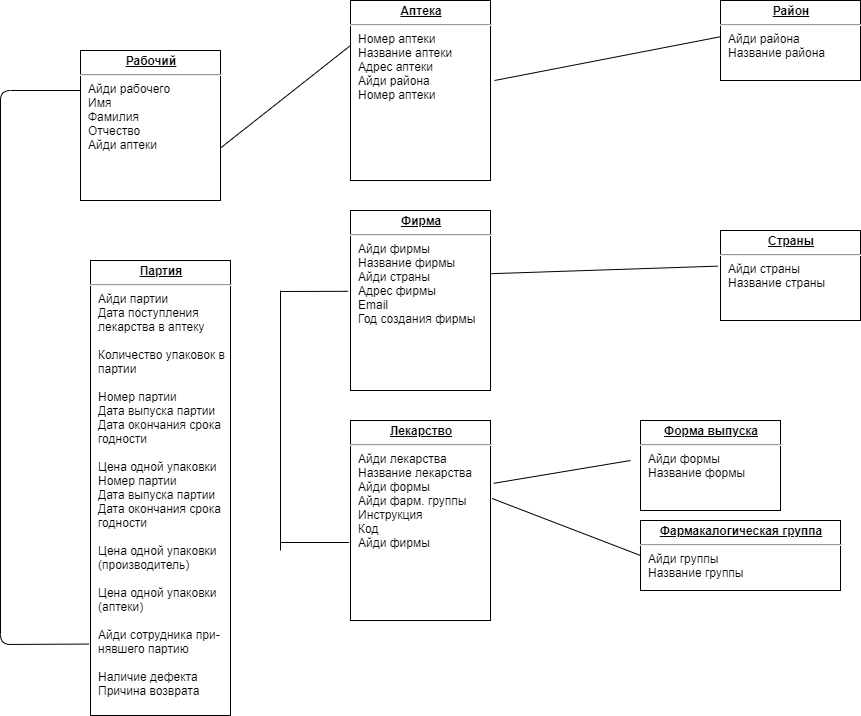
The draw.io diagram ДОКУМЕНТЫ/Схема (2-ая лаба).png in antipups/kursach2kurs2semestr, before a commit. Source tidied: cells renumbered, new cells last; positions are measured from the earlier drawing's top-left corner, leaving out a move shared by most shapes.
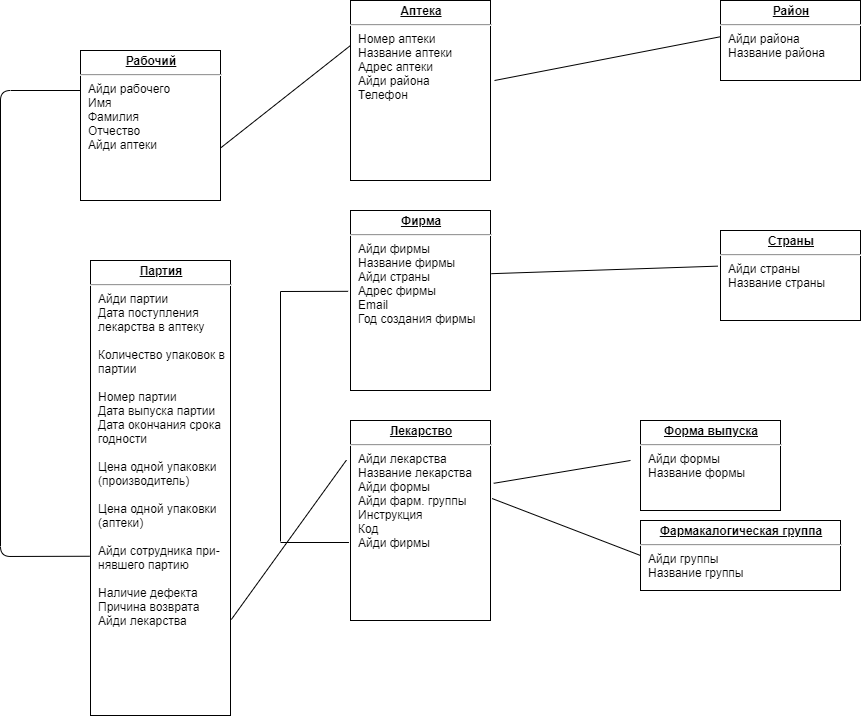
The same file after the commit.

Diff of the diagram source:
```diff
@@ -2,18 +2,18 @@
   <root>
     <mxCell id="0" />
     <mxCell id="1" parent="0" />
-    <mxCell id="2" value="&lt;p style=&quot;margin: 0px ; margin-top: 4px ; text-align: center ; text-decoration: underline&quot;&gt;&lt;b&gt;Аптека&lt;/b&gt;&lt;/p&gt;&lt;hr&gt;&lt;p style=&quot;margin: 0px ; margin-left: 8px&quot;&gt;Номер аптеки&lt;br&gt;Название аптеки&lt;br&gt;Адрес аптеки&lt;/p&gt;&lt;p style=&quot;margin: 0px ; margin-left: 8px&quot;&gt;Айди района&lt;br&gt;&lt;/p&gt;&lt;p style=&quot;margin: 0px ; margin-left: 8px&quot;&gt;Номер аптеки&lt;/p&gt;&lt;p style=&quot;margin: 0px ; margin-left: 8px&quot;&gt;&lt;br&gt;&lt;/p&gt;" style="verticalAlign=top;align=left;overflow=fill;fontSize=12;fontFamily=Helvetica;html=1;rounded=0;shadow=0;comic=0;labelBackgroundColor=none;strokeWidth=1;" parent="1" vertex="1">
+    <mxCell id="2" value="&lt;p style=&quot;margin: 0px ; margin-top: 4px ; text-align: center ; text-decoration: underline&quot;&gt;&lt;b&gt;Аптека&lt;/b&gt;&lt;/p&gt;&lt;hr&gt;&lt;p style=&quot;margin: 0px ; margin-left: 8px&quot;&gt;Номер аптеки&amp;nbsp;&lt;br&gt;Название аптеки&lt;br&gt;Адрес аптеки&lt;/p&gt;&lt;p style=&quot;margin: 0px ; margin-left: 8px&quot;&gt;Айди района&lt;br&gt;&lt;/p&gt;&lt;p style=&quot;margin: 0px ; margin-left: 8px&quot;&gt;Телефон&lt;/p&gt;&lt;p style=&quot;margin: 0px ; margin-left: 8px&quot;&gt;&lt;br&gt;&lt;/p&gt;" style="verticalAlign=top;align=left;overflow=fill;fontSize=12;fontFamily=Helvetica;html=1;rounded=0;shadow=0;comic=0;labelBackgroundColor=none;strokeWidth=1;" parent="1" vertex="1">
       <mxGeometry x="370" width="140" height="180" as="geometry" />
     </mxCell>
     <mxCell id="3" value="&lt;p style=&quot;margin: 0px ; margin-top: 4px ; text-align: center ; text-decoration: underline&quot;&gt;&lt;b&gt;Район&lt;/b&gt;&lt;/p&gt;&lt;hr&gt;&lt;p style=&quot;margin: 0px ; margin-left: 8px&quot;&gt;Айди района&lt;br&gt;Название района&lt;/p&gt;" style="verticalAlign=top;align=left;overflow=fill;fontSize=12;fontFamily=Helvetica;html=1;rounded=0;shadow=0;comic=0;labelBackgroundColor=none;strokeWidth=1;" parent="1" vertex="1">
       <mxGeometry x="740" width="140" height="80" as="geometry" />
     </mxCell>
-    <mxCell id="4" style="edgeStyle=orthogonalEdgeStyle;rounded=0;html=1;exitX=0;exitY=0.75;entryX=1;entryY=0.75;labelBackgroundColor=none;endArrow=none;endFill=0;endSize=8;fontFamily=Verdana;fontSize=12;align=left;" parent="1" edge="1" source="x">
+    <mxCell id="4" style="edgeStyle=orthogonalEdgeStyle;rounded=0;html=1;exitX=0;exitY=0.75;entryX=1;entryY=0.75;labelBackgroundColor=none;endArrow=none;endFill=0;endSize=8;fontFamily=Verdana;fontSize=12;align=left;" parent="1" edge="1">
       <mxGeometry relative="1" as="geometry">
         <mxPoint y="497.5" as="targetPoint" />
       </mxGeometry>
     </mxCell>
-    <mxCell id="5" style="edgeStyle=orthogonalEdgeStyle;rounded=0;html=1;exitX=0;exitY=0.5;entryX=1;entryY=0.5;labelBackgroundColor=none;endArrow=none;endFill=0;endSize=8;fontFamily=Verdana;fontSize=12;align=left;" parent="1" edge="1" source="x">
+    <mxCell id="5" style="edgeStyle=orthogonalEdgeStyle;rounded=0;html=1;exitX=0;exitY=0.5;entryX=1;entryY=0.5;labelBackgroundColor=none;endArrow=none;endFill=0;endSize=8;fontFamily=Verdana;fontSize=12;align=left;" parent="1" edge="1">
       <mxGeometry relative="1" as="geometry">
         <mxPoint y="460" as="targetPoint" />
       </mxGeometry>
@@ -27,7 +27,7 @@
     <mxCell id="8" value="&lt;p style=&quot;margin: 0px ; margin-top: 4px ; text-align: center ; text-decoration: underline&quot;&gt;&lt;b&gt;Фирма&lt;/b&gt;&lt;/p&gt;&lt;hr&gt;&lt;p style=&quot;margin: 0px ; margin-left: 8px&quot;&gt;Айди фирмы&lt;br&gt;Название фирмы&lt;br&gt;Айди страны&lt;/p&gt;&lt;p style=&quot;margin: 0px ; margin-left: 8px&quot;&gt;Адрес фирмы&lt;br&gt;&lt;/p&gt;&lt;p style=&quot;margin: 0px ; margin-left: 8px&quot;&gt;Email&lt;br&gt;&lt;/p&gt;&lt;p style=&quot;margin: 0px ; margin-left: 8px&quot;&gt;Год создания фирмы&lt;/p&gt;" style="verticalAlign=top;align=left;overflow=fill;fontSize=12;fontFamily=Helvetica;html=1;rounded=0;shadow=0;comic=0;labelBackgroundColor=none;strokeWidth=1;" parent="1" vertex="1">
       <mxGeometry x="370" y="210" width="140" height="180" as="geometry" />
     </mxCell>
-    <mxCell id="9" style="edgeStyle=orthogonalEdgeStyle;rounded=0;html=1;exitX=0;exitY=0.5;entryX=1;entryY=0.5;labelBackgroundColor=none;endArrow=none;endFill=0;endSize=8;fontFamily=Verdana;fontSize=12;align=left;" parent="1" edge="1" source="x">
+    <mxCell id="9" style="edgeStyle=orthogonalEdgeStyle;rounded=0;html=1;exitX=0;exitY=0.5;entryX=1;entryY=0.5;labelBackgroundColor=none;endArrow=none;endFill=0;endSize=8;fontFamily=Verdana;fontSize=12;align=left;" parent="1" edge="1">
       <mxGeometry relative="1" as="geometry">
         <mxPoint x="180" y="485" as="targetPoint" />
         <Array as="points">
@@ -36,7 +36,7 @@
         </Array>
       </mxGeometry>
     </mxCell>
-    <mxCell id="10" value="&lt;p style=&quot;margin: 0px ; margin-top: 4px ; text-align: center ; text-decoration: underline&quot;&gt;&lt;b&gt;Партия&lt;/b&gt;&lt;/p&gt;&lt;hr&gt;&lt;p style=&quot;margin: 0px ; margin-left: 8px&quot;&gt;Айди партии&lt;/p&gt;&lt;p style=&quot;margin: 0px ; margin-left: 8px&quot;&gt;Дата поступления &lt;br&gt;лекарства в аптеку&lt;/p&gt;&lt;p style=&quot;margin: 0px ; margin-left: 8px&quot;&gt;&lt;span&gt;&lt;br&gt;&lt;/span&gt;&lt;/p&gt;&lt;p style=&quot;margin: 0px ; margin-left: 8px&quot;&gt;&lt;span&gt;Количество упаковок в&amp;nbsp;&lt;/span&gt;&lt;br&gt;&lt;/p&gt;&lt;p style=&quot;margin: 0px ; margin-left: 8px&quot;&gt;партии&lt;/p&gt;&lt;p style=&quot;margin: 0px ; margin-left: 8px&quot;&gt;&lt;br&gt;&lt;/p&gt;&lt;p style=&quot;margin: 0px ; margin-left: 8px&quot;&gt;Номер партии&lt;/p&gt;&lt;p style=&quot;margin: 0px ; margin-left: 8px&quot;&gt;Дата выпуска партии&lt;/p&gt;&lt;p style=&quot;margin: 0px ; margin-left: 8px&quot;&gt;Дата окончания срока&lt;br&gt;годности&lt;/p&gt;&lt;p style=&quot;margin: 0px ; margin-left: 8px&quot;&gt;&lt;br&gt;&lt;/p&gt;&lt;p style=&quot;margin: 0px ; margin-left: 8px&quot;&gt;Цена одной упаковки&lt;/p&gt;&lt;p style=&quot;margin: 0px ; margin-left: 8px&quot;&gt;Номер партии&lt;/p&gt;&lt;p style=&quot;margin: 0px ; margin-left: 8px&quot;&gt;Дата выпуска партии&lt;/p&gt;&lt;p style=&quot;margin: 0px ; margin-left: 8px&quot;&gt;Дата окончания срока&lt;br&gt;годности&lt;/p&gt;&lt;p style=&quot;margin: 0px ; margin-left: 8px&quot;&gt;&lt;br&gt;&lt;/p&gt;&lt;p style=&quot;margin: 0px ; margin-left: 8px&quot;&gt;Цена одной упаковки&lt;br&gt;(производитель)&lt;/p&gt;&lt;p style=&quot;margin: 0px ; margin-left: 8px&quot;&gt;&lt;br&gt;Цена одной упаковки&lt;/p&gt;&lt;p style=&quot;margin: 0px ; margin-left: 8px&quot;&gt;(аптеки)&lt;/p&gt;&lt;p style=&quot;margin: 0px ; margin-left: 8px&quot;&gt;&lt;br&gt;&lt;/p&gt;&lt;p style=&quot;margin: 0px ; margin-left: 8px&quot;&gt;Айди сотрудника при-&lt;/p&gt;&lt;p style=&quot;margin: 0px ; margin-left: 8px&quot;&gt;нявшего партию&lt;/p&gt;&lt;p style=&quot;margin: 0px ; margin-left: 8px&quot;&gt;&lt;br&gt;&lt;/p&gt;&lt;p style=&quot;margin: 0px ; margin-left: 8px&quot;&gt;Наличие дефекта&lt;/p&gt;&lt;p style=&quot;margin: 0px ; margin-left: 8px&quot;&gt;Причина возврата&lt;/p&gt;" style="verticalAlign=top;align=left;overflow=fill;fontSize=12;fontFamily=Helvetica;html=1;rounded=0;shadow=0;comic=0;labelBackgroundColor=none;strokeWidth=1;" parent="1" vertex="1">
+    <mxCell id="10" value="&lt;p style=&quot;margin: 0px ; margin-top: 4px ; text-align: center ; text-decoration: underline&quot;&gt;&lt;b&gt;Партия&lt;/b&gt;&lt;/p&gt;&lt;hr&gt;&lt;p style=&quot;margin: 0px ; margin-left: 8px&quot;&gt;Айди партии&lt;/p&gt;&lt;p style=&quot;margin: 0px ; margin-left: 8px&quot;&gt;Дата поступления &lt;br&gt;лекарства в аптеку&lt;/p&gt;&lt;p style=&quot;margin: 0px ; margin-left: 8px&quot;&gt;&lt;span&gt;&lt;br&gt;&lt;/span&gt;&lt;/p&gt;&lt;p style=&quot;margin: 0px ; margin-left: 8px&quot;&gt;&lt;span&gt;Количество упаковок в&amp;nbsp;&lt;/span&gt;&lt;br&gt;&lt;/p&gt;&lt;p style=&quot;margin: 0px ; margin-left: 8px&quot;&gt;партии&lt;/p&gt;&lt;p style=&quot;margin: 0px ; margin-left: 8px&quot;&gt;&lt;br&gt;&lt;/p&gt;&lt;p style=&quot;margin: 0px ; margin-left: 8px&quot;&gt;Номер партии&lt;/p&gt;&lt;p style=&quot;margin: 0px ; margin-left: 8px&quot;&gt;Дата выпуска партии&lt;/p&gt;&lt;p style=&quot;margin: 0px ; margin-left: 8px&quot;&gt;Дата окончания срока&lt;br&gt;годности&lt;/p&gt;&lt;p style=&quot;margin: 0px ; margin-left: 8px&quot;&gt;&lt;br&gt;&lt;/p&gt;&lt;p style=&quot;margin: 0px ; margin-left: 8px&quot;&gt;Цена одной упаковки&lt;br&gt;(производитель)&lt;/p&gt;&lt;p style=&quot;margin: 0px ; margin-left: 8px&quot;&gt;&lt;br&gt;Цена одной упаковки&lt;/p&gt;&lt;p style=&quot;margin: 0px ; margin-left: 8px&quot;&gt;(аптеки)&lt;/p&gt;&lt;p style=&quot;margin: 0px ; margin-left: 8px&quot;&gt;&lt;br&gt;&lt;/p&gt;&lt;p style=&quot;margin: 0px ; margin-left: 8px&quot;&gt;Айди сотрудника при-&lt;/p&gt;&lt;p style=&quot;margin: 0px ; margin-left: 8px&quot;&gt;нявшего партию&lt;/p&gt;&lt;p style=&quot;margin: 0px ; margin-left: 8px&quot;&gt;&lt;br&gt;&lt;/p&gt;&lt;p style=&quot;margin: 0px ; margin-left: 8px&quot;&gt;Наличие дефекта&lt;/p&gt;&lt;p style=&quot;margin: 0px ; margin-left: 8px&quot;&gt;Причина возврата&lt;/p&gt;&lt;p style=&quot;margin: 0px ; margin-left: 8px&quot;&gt;Айди лекарства&lt;/p&gt;" style="verticalAlign=top;align=left;overflow=fill;fontSize=12;fontFamily=Helvetica;html=1;rounded=0;shadow=0;comic=0;labelBackgroundColor=none;strokeWidth=1;" parent="1" vertex="1">
       <mxGeometry x="110" y="260" width="140" height="455" as="geometry" />
     </mxCell>
     <mxCell id="11" value="&lt;p style=&quot;margin: 0px ; margin-top: 4px ; text-align: center ; text-decoration: underline&quot;&gt;&lt;b&gt;Форма выпуска&lt;/b&gt;&lt;/p&gt;&lt;hr&gt;&lt;p style=&quot;margin: 0px ; margin-left: 8px&quot;&gt;Айди формы&lt;br&gt;Название формы&lt;/p&gt;" style="verticalAlign=top;align=left;overflow=fill;fontSize=12;fontFamily=Helvetica;html=1;rounded=0;shadow=0;comic=0;labelBackgroundColor=none;strokeWidth=1;" parent="1" vertex="1">
@@ -77,8 +77,8 @@
     </mxCell>
     <mxCell id="20" style="endArrow=none;html=1;" parent="1" edge="1">
       <mxGeometry relative="1" as="geometry">
-        <mxPoint x="300" y="550" as="sourcePoint" />
-        <mxPoint x="300" y="290" as="targetPoint" />
+        <mxPoint x="300" y="541" as="sourcePoint" />
+        <mxPoint x="300" y="291" as="targetPoint" />
       </mxGeometry>
     </mxCell>
     <mxCell id="21" style="endArrow=none;html=1;entryX=-0.011;entryY=0.61;entryDx=0;entryDy=0;entryPerimeter=0;" parent="1" edge="1" target="13">
@@ -86,14 +86,17 @@
         <mxPoint x="300" y="542" as="sourcePoint" />
       </mxGeometry>
     </mxCell>
-    <mxCell id="22" style="endArrow=none;html=1;entryX=-0.011;entryY=0.843;entryDx=0;entryDy=0;entryPerimeter=0;" parent="1" edge="1" target="10">
+    <mxCell id="22" style="endArrow=none;html=1;entryX=-0.006;entryY=0.65;entryDx=0;entryDy=0;entryPerimeter=0;" parent="1" edge="1" target="10">
       <mxGeometry relative="1" as="geometry">
         <mxPoint x="100" y="90" as="sourcePoint" />
         <Array as="points">
           <mxPoint x="20" y="90" />
-          <mxPoint x="20" y="644" />
+          <mxPoint x="20" y="556" />
         </Array>
       </mxGeometry>
     </mxCell>
+    <mxCell id="23" style="endArrow=none;html=1;exitX=1.006;exitY=0.789;exitDx=0;exitDy=0;exitPerimeter=0;entryX=-0.029;entryY=0.198;entryDx=0;entryDy=0;entryPerimeter=0;" parent="1" edge="1" source="10" target="13">
+      <mxGeometry relative="1" as="geometry" />
+    </mxCell>
   </root>
 </mxGraphModel>
```
